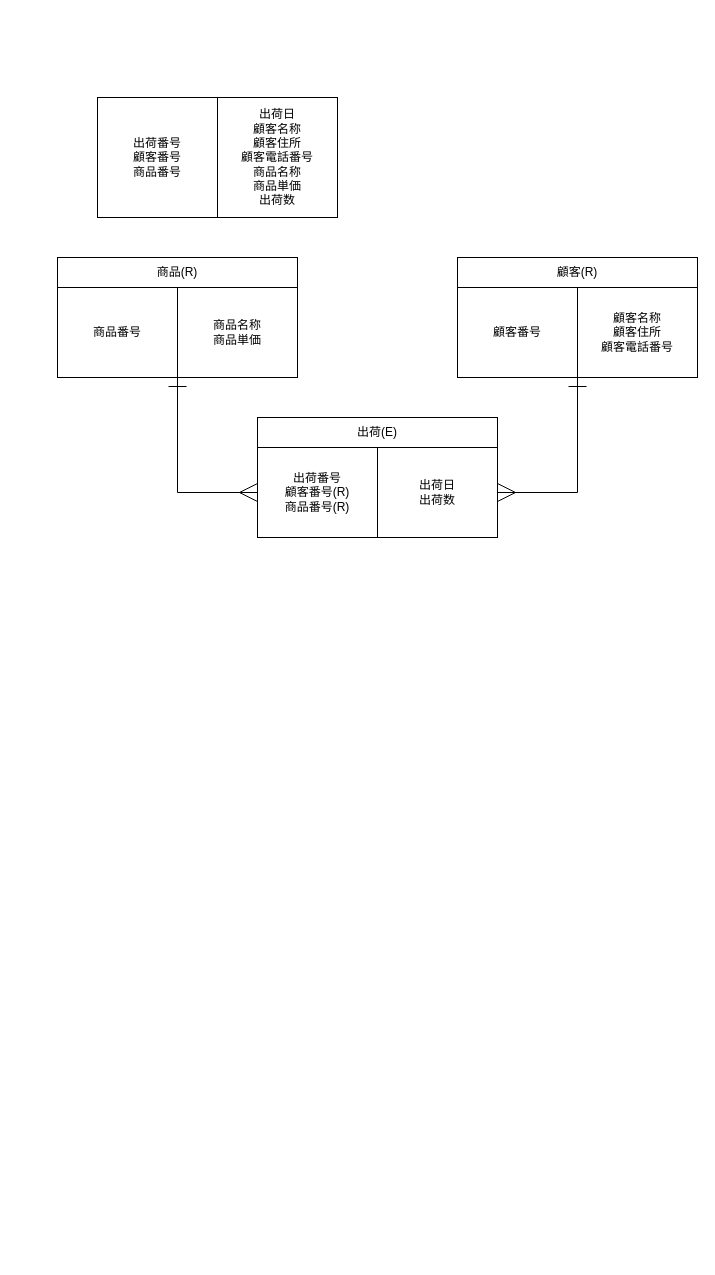
Above: tm_work.drawio in pazworld/drawio (draw.io), before the change. Source tidied: cells renumbered, new cells numbered last; positions are measured from the earlier drawing's top-left corner, leaving out a move shared by most shapes. Both pictures are drawn from the tidied source at 100%, with x=0, y=0 at pixel (57, 97).
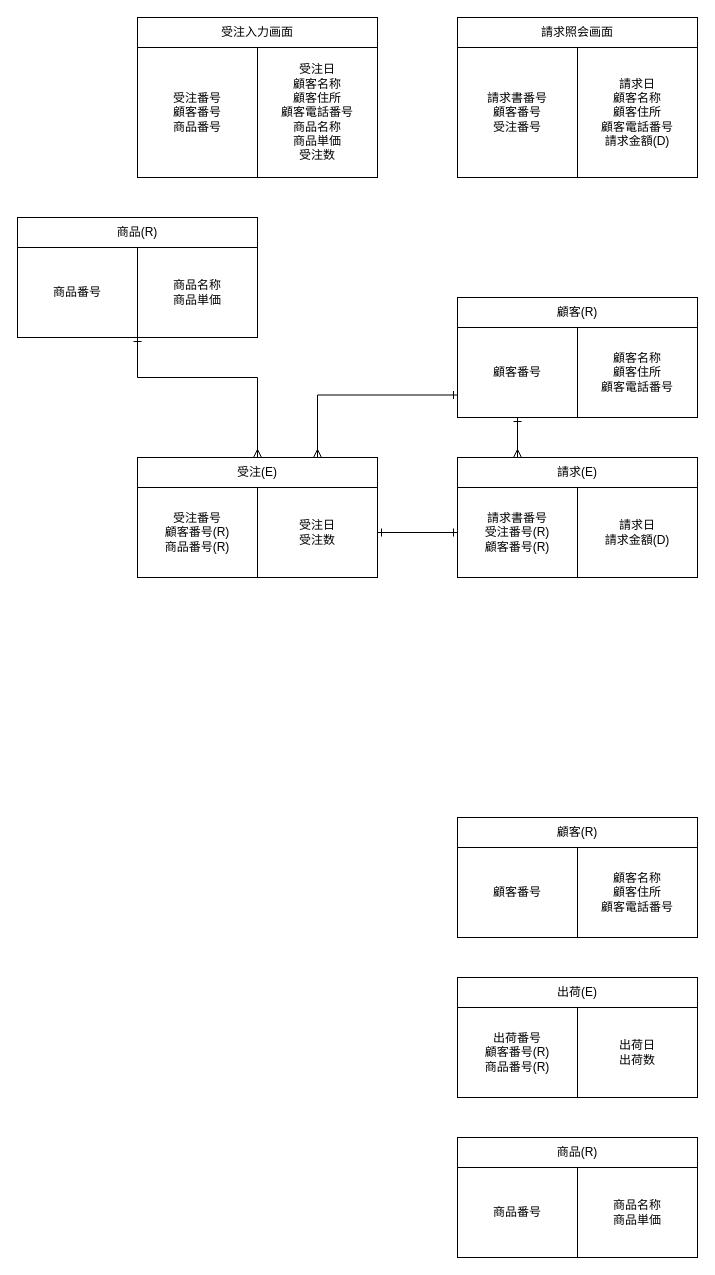
After the change.

Commit message:
tm_work.drawio を更新します

Unchanged cells that the change refers to:
```xml
<mxCell id="7" value="出荷番号&lt;div&gt;顧客番号(R)&lt;/div&gt;&lt;div&gt;商品番号(R)&lt;/div&gt;" style="rounded=0;whiteSpace=wrap;html=1;" parent="4" vertex="1">
  <mxGeometry y="30" width="120" height="90" as="geometry" />
</mxCell>
<mxCell id="8" value="出荷日&lt;div&gt;出荷数&lt;/div&gt;" style="rounded=0;whiteSpace=wrap;html=1;" parent="4" vertex="1">
  <mxGeometry x="120" y="30" width="120" height="90" as="geometry" />
</mxCell>
<mxCell id="17" value="商品番号" style="rounded=0;whiteSpace=wrap;html=1;" parent="14" vertex="1">
  <mxGeometry y="30" width="120" height="90" as="geometry" />
</mxCell>
```

Change to the diagram source:
```diff
@@
-    <mxCell id="2" value="出荷番号&lt;div&gt;顧客番号&lt;/div&gt;&lt;div&gt;商品番号&lt;/div&gt;" style="rounded=0;whiteSpace=wrap;html=1;" parent="1" vertex="1">
-      <mxGeometry x="40" width="120" height="120" as="geometry" />
-    </mxCell>
-    <mxCell id="3" value="出荷日&lt;div&gt;顧客名称&lt;/div&gt;&lt;div&gt;顧客住所&lt;/div&gt;&lt;div&gt;顧客電話番号&lt;/div&gt;&lt;div&gt;商品名称&lt;/div&gt;&lt;div&gt;商品単価&lt;/div&gt;&lt;div&gt;出荷数&lt;/div&gt;" style="rounded=0;whiteSpace=wrap;html=1;" parent="1" vertex="1">
-      <mxGeometry x="160" width="120" height="120" as="geometry" />
-    </mxCell>
     <mxCell id="4" style="group;" parent="1" vertex="1">
-      <mxGeometry x="200" y="320" width="240" height="120" as="geometry" />
+      <mxGeometry x="400" y="880" width="240" height="120" as="geometry" />
     </mxCell>
@@
     <mxCell id="9" style="group;" parent="1" vertex="1">
-      <mxGeometry x="400" y="160" width="240" height="120" as="geometry" />
+      <mxGeometry x="400" y="720" width="240" height="120" as="geometry" />
     </mxCell>
@@
     <mxCell id="14" style="group;" parent="1" vertex="1">
-      <mxGeometry y="160" width="240" height="120" as="geometry" />
+      <mxGeometry x="400" y="1040" width="240" height="120" as="geometry" />
     </mxCell>
@@
-    <mxCell id="19" style="html=1;rounded=0;exitX=1;exitY=1;exitDx=0;exitDy=0;entryX=0;entryY=0.5;entryDx=0;entryDy=0;startArrow=ERone;startFill=0;endArrow=ERmany;endFill=0;endSize=16;startSize=16;edgeStyle=orthogonalEdgeStyle;" parent="1" edge="1" source="17" target="7">
-      <mxGeometry relative="1" as="geometry" />
-    </mxCell>
-    <mxCell id="20" style="html=1;rounded=0;entryX=1;entryY=0.5;entryDx=0;entryDy=0;startArrow=ERone;startFill=0;endArrow=ERmany;endFill=0;endSize=16;startSize=16;edgeStyle=orthogonalEdgeStyle;" parent="1" edge="1" target="8">
-      <mxGeometry relative="1" as="geometry">
-        <mxPoint x="520" y="280" as="sourcePoint" />
-        <Array as="points">
-          <mxPoint x="520" y="395" />
-        </Array>
-      </mxGeometry>
-    </mxCell>
+    <mxCell id="21" style="group;" parent="1" vertex="1">
+      <mxGeometry x="80" y="-80" width="240" height="170" as="geometry" />
+    </mxCell>
+    <mxCell id="22" style="rounded=0;whiteSpace=wrap;html=1;" parent="21" vertex="1">
+      <mxGeometry width="240" height="120" as="geometry" />
+    </mxCell>
+    <mxCell id="23" value="受注入力画面" style="rounded=0;whiteSpace=wrap;html=1;" parent="21" vertex="1">
+      <mxGeometry width="240" height="30" as="geometry" />
+    </mxCell>
+    <mxCell id="24" value="受注番号&lt;div&gt;顧客番号&lt;/div&gt;&lt;div&gt;商品番号&lt;/div&gt;" style="rounded=0;whiteSpace=wrap;html=1;" parent="21" vertex="1">
+      <mxGeometry y="30" width="120" height="130" as="geometry" />
+    </mxCell>
+    <mxCell id="25" value="受注日&lt;div&gt;顧客名称&lt;/div&gt;&lt;div&gt;顧客住所&lt;/div&gt;&lt;div&gt;顧客電話番号&lt;/div&gt;&lt;div&gt;商品名称&lt;/div&gt;&lt;div&gt;商品単価&lt;/div&gt;&lt;div&gt;受注数&lt;/div&gt;" style="rounded=0;whiteSpace=wrap;html=1;" parent="21" vertex="1">
+      <mxGeometry x="120" y="30" width="120" height="130" as="geometry" />
+    </mxCell>
+    <mxCell id="26" style="group;" parent="1" vertex="1">
+      <mxGeometry x="400" y="-80" width="240" height="170" as="geometry" />
+    </mxCell>
+    <mxCell id="27" style="rounded=0;whiteSpace=wrap;html=1;" parent="26" vertex="1">
+      <mxGeometry width="240" height="120" as="geometry" />
+    </mxCell>
+    <mxCell id="28" value="請求照会画面" style="rounded=0;whiteSpace=wrap;html=1;" parent="26" vertex="1">
+      <mxGeometry width="240" height="30" as="geometry" />
+    </mxCell>
+    <mxCell id="29" value="請求書番号&lt;div&gt;顧客番号&lt;/div&gt;&lt;div&gt;受注番号&lt;/div&gt;" style="rounded=0;whiteSpace=wrap;html=1;" parent="26" vertex="1">
+      <mxGeometry y="30" width="120" height="130" as="geometry" />
+    </mxCell>
+    <mxCell id="30" value="請求日&lt;div&gt;顧客名称&lt;/div&gt;&lt;div&gt;顧客住所&lt;/div&gt;&lt;div&gt;顧客電話番号&lt;/div&gt;&lt;div&gt;請求金額(D)&lt;/div&gt;" style="rounded=0;whiteSpace=wrap;html=1;" parent="26" vertex="1">
+      <mxGeometry x="120" y="30" width="120" height="130" as="geometry" />
+    </mxCell>
+    <mxCell id="31" style="group;" parent="1" vertex="1">
+      <mxGeometry x="80" y="360" width="240" height="120" as="geometry" />
+    </mxCell>
+    <mxCell id="32" style="rounded=0;whiteSpace=wrap;html=1;" parent="31" vertex="1">
+      <mxGeometry width="240" height="120" as="geometry" />
+    </mxCell>
+    <mxCell id="33" value="受注(E)" style="rounded=0;whiteSpace=wrap;html=1;" parent="31" vertex="1">
+      <mxGeometry width="240" height="30" as="geometry" />
+    </mxCell>
+    <mxCell id="34" value="受注番号&lt;div&gt;顧客番号(R)&lt;/div&gt;&lt;div&gt;商品番号(R)&lt;/div&gt;" style="rounded=0;whiteSpace=wrap;html=1;" parent="31" vertex="1">
+      <mxGeometry y="30" width="120" height="90" as="geometry" />
+    </mxCell>
+    <mxCell id="35" value="受注日&lt;div&gt;受注数&lt;/div&gt;" style="rounded=0;whiteSpace=wrap;html=1;" parent="31" vertex="1">
+      <mxGeometry x="120" y="30" width="120" height="90" as="geometry" />
+    </mxCell>
+    <mxCell id="36" style="group;" parent="1" vertex="1">
+      <mxGeometry x="-40" y="120" width="240" height="120" as="geometry" />
+    </mxCell>
+    <mxCell id="37" style="rounded=0;whiteSpace=wrap;html=1;" parent="36" vertex="1">
+      <mxGeometry width="240" height="120" as="geometry" />
+    </mxCell>
+    <mxCell id="38" value="商品(R)" style="rounded=0;whiteSpace=wrap;html=1;" parent="36" vertex="1">
+      <mxGeometry width="240" height="30" as="geometry" />
+    </mxCell>
+    <mxCell id="39" value="商品番号" style="rounded=0;whiteSpace=wrap;html=1;" parent="36" vertex="1">
+      <mxGeometry y="30" width="120" height="90" as="geometry" />
+    </mxCell>
+    <mxCell id="40" value="商品名称&lt;div&gt;商品単価&lt;/div&gt;" style="rounded=0;whiteSpace=wrap;html=1;" parent="36" vertex="1">
+      <mxGeometry x="120" y="30" width="120" height="90" as="geometry" />
+    </mxCell>
+    <mxCell id="41" style="group;" parent="1" vertex="1">
+      <mxGeometry x="400" y="200" width="240" height="120" as="geometry" />
+    </mxCell>
+    <mxCell id="42" style="rounded=0;whiteSpace=wrap;html=1;" parent="41" vertex="1">
+      <mxGeometry width="240" height="120" as="geometry" />
+    </mxCell>
+    <mxCell id="43" value="顧客(R)" style="rounded=0;whiteSpace=wrap;html=1;" parent="41" vertex="1">
+      <mxGeometry width="240" height="30" as="geometry" />
+    </mxCell>
+    <mxCell id="44" value="顧客番号" style="rounded=0;whiteSpace=wrap;html=1;" parent="41" vertex="1">
+      <mxGeometry y="30" width="120" height="90" as="geometry" />
+    </mxCell>
+    <mxCell id="45" value="顧客名称&lt;div&gt;顧客住所&lt;/div&gt;&lt;div&gt;顧客電話番号&lt;/div&gt;" style="rounded=0;whiteSpace=wrap;html=1;" parent="41" vertex="1">
+      <mxGeometry x="120" y="30" width="120" height="90" as="geometry" />
+    </mxCell>
+    <mxCell id="46" style="group;" parent="1" vertex="1">
+      <mxGeometry x="400" y="360" width="240" height="120" as="geometry" />
+    </mxCell>
+    <mxCell id="47" style="rounded=0;whiteSpace=wrap;html=1;" parent="46" vertex="1">
+      <mxGeometry width="240" height="120" as="geometry" />
+    </mxCell>
+    <mxCell id="48" value="請求(E)" style="rounded=0;whiteSpace=wrap;html=1;" parent="46" vertex="1">
+      <mxGeometry width="240" height="30" as="geometry" />
+    </mxCell>
+    <mxCell id="49" value="請求書番号&lt;div&gt;受注番号(R)&lt;/div&gt;&lt;div&gt;顧客番号(R)&lt;/div&gt;" style="rounded=0;whiteSpace=wrap;html=1;" parent="46" vertex="1">
+      <mxGeometry y="30" width="120" height="90" as="geometry" />
+    </mxCell>
+    <mxCell id="50" value="請求日&lt;div&gt;請求金額(D)&lt;/div&gt;" style="rounded=0;whiteSpace=wrap;html=1;" parent="46" vertex="1">
+      <mxGeometry x="120" y="30" width="120" height="90" as="geometry" />
+    </mxCell>
+    <mxCell id="51" style="edgeStyle=orthogonalEdgeStyle;rounded=0;jettySize=auto;html=1;entryX=0;entryY=0.5;entryDx=0;entryDy=0;endArrow=ERone;endFill=0;startArrow=ERone;startFill=0;" parent="1" edge="1" source="35" target="49">
+      <mxGeometry relative="1" as="geometry" />
+    </mxCell>
+    <mxCell id="52" style="edgeStyle=orthogonalEdgeStyle;rounded=0;jettySize=auto;html=1;exitX=0.5;exitY=1;exitDx=0;exitDy=0;entryX=0.25;entryY=0;entryDx=0;entryDy=0;endArrow=ERmany;endFill=0;startArrow=ERone;startFill=0;" parent="1" edge="1" source="44" target="48">
+      <mxGeometry relative="1" as="geometry" />
+    </mxCell>
+    <mxCell id="53" style="edgeStyle=orthogonalEdgeStyle;rounded=0;jettySize=auto;html=1;exitX=1;exitY=1;exitDx=0;exitDy=0;endArrow=ERmany;endFill=0;startArrow=ERone;startFill=0;" parent="1" edge="1" source="39">
+      <mxGeometry relative="1" as="geometry">
+        <mxPoint x="200" y="360" as="targetPoint" />
+        <Array as="points">
+          <mxPoint x="80" y="280" />
+          <mxPoint x="200" y="280" />
+        </Array>
+      </mxGeometry>
+    </mxCell>
+    <mxCell id="54" style="edgeStyle=orthogonalEdgeStyle;rounded=0;jettySize=auto;html=1;exitX=0;exitY=0.75;exitDx=0;exitDy=0;endArrow=ERmany;endFill=0;startArrow=ERone;startFill=0;" parent="1" edge="1" source="44" target="33">
+      <mxGeometry relative="1" as="geometry">
+        <Array as="points">
+          <mxPoint x="260" y="298" />
+        </Array>
+      </mxGeometry>
+    </mxCell>
```
